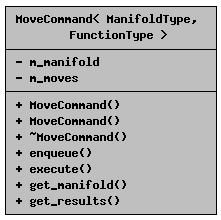
Before: class_move_command__coll__graph.png, a diagram exported from Graphviz (acgetchell/CDT-plusplus). Its source is kept beside it as class_move_command__coll__graph.dot.
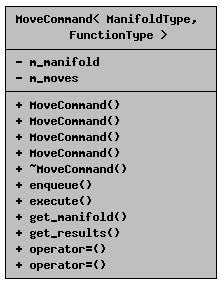
Above is the later version.

Change to the diagram source:
```diff
@@ -2,5 +2,5 @@
 {
   edge [fontname="Helvetica",fontsize="10",labelfontname="Helvetica",labelfontsize="10"];
   node [fontname="Helvetica",fontsize="10",shape=record];
-  Node1 [label="{MoveCommand\< ManifoldType,\l FunctionType \>\n|- m_manifold\l- m_moves\l|+ MoveCommand()\l+ MoveCommand()\l+ ~MoveCommand()\l+ enqueue()\l+ execute()\l+ get_manifold()\l+ get_results()\l}",height=0.2,width=0.4,color="black", fillcolor="grey75", style="filled", fontcolor="black",tooltip=" "];
+  Node1 [label="{MoveCommand\< ManifoldType,\l FunctionType \>\n|- m_manifold\l- m_moves\l|+ MoveCommand()\l+ MoveCommand()\l+ MoveCommand()\l+ MoveCommand()\l+ ~MoveCommand()\l+ enqueue()\l+ execute()\l+ get_manifold()\l+ get_results()\l+ operator=()\l+ operator=()\l}",height=0.2,width=0.4,color="black", fillcolor="grey75", style="filled", fontcolor="black",tooltip=" "];
 }
```
